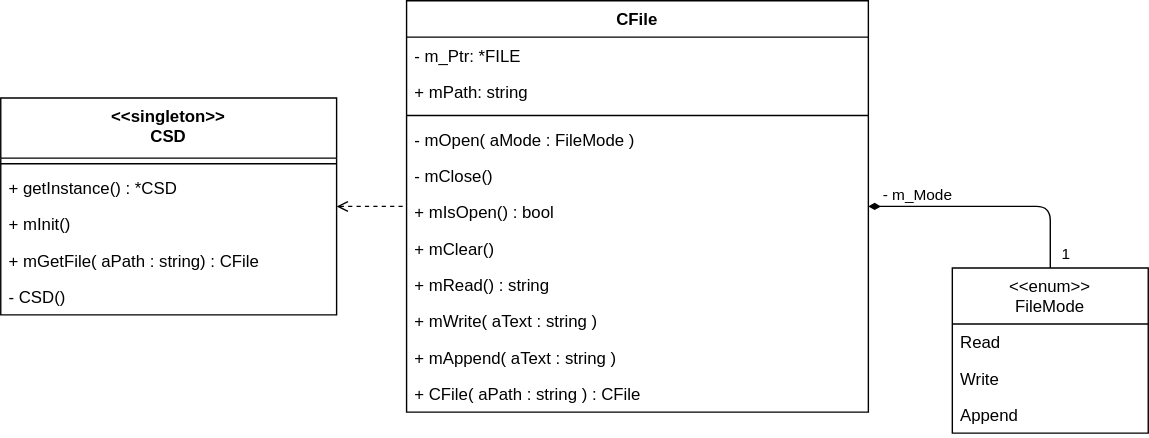
The draw.io diagram uml/sd-abstraction.drawio.svg in SenseBoxTI/FirmwareDesign, before a commit. Source tidied: cells renumbered, new cells last; positions are measured from the earlier drawing's top-left corner, leaving out a move shared by most shapes.
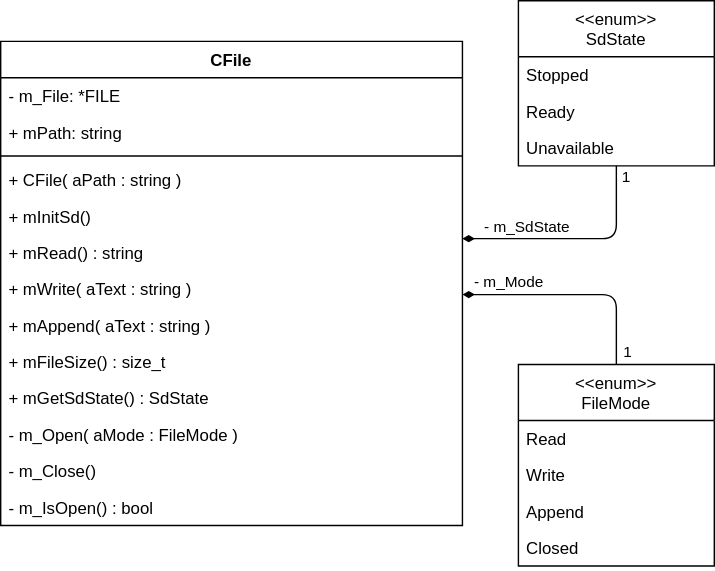
After the change.

Diff of the diagram source:
```diff
@@ -2,31 +2,10 @@
   <root>
     <mxCell id="0" />
     <mxCell id="1" parent="0" />
-    <mxCell id="2" style="edgeStyle=orthogonalEdgeStyle;html=1;exitX=1;exitY=0.5;exitDx=0;exitDy=0;entryX=0;entryY=0.5;entryDx=0;entryDy=0;startArrow=open;startFill=0;endArrow=none;endFill=0;dashed=1;" parent="1" edge="1" source="3" target="9">
-      <mxGeometry relative="1" as="geometry" />
-    </mxCell>
-    <mxCell id="3" value="&lt;&lt;singleton&gt;&gt;&#10;CSD" style="swimlane;fontStyle=1;align=center;verticalAlign=top;horizontal=1;startSize=43;" parent="1" vertex="1">
-      <mxGeometry y="69.5" width="240" height="155" as="geometry" />
-    </mxCell>
-    <mxCell id="4" style="line;strokeWidth=1;fillColor=none;align=left;verticalAlign=middle;spacingTop=-1;spacingLeft=3;spacingRight=3;labelPosition=right;" parent="3" vertex="1">
-      <mxGeometry y="43" width="240" height="8" as="geometry" />
-    </mxCell>
-    <mxCell id="5" value="+ getInstance() : *CSD" style="text;strokeColor=none;fillColor=none;align=left;verticalAlign=top;spacingLeft=4;spacingRight=4;overflow=hidden;fontStyle=0;" parent="3" vertex="1">
-      <mxGeometry y="51" width="240" height="26" as="geometry" />
-    </mxCell>
-    <mxCell id="6" value="+ mInit()" style="text;strokeColor=none;fillColor=none;align=left;verticalAlign=top;spacingLeft=4;spacingRight=4;overflow=hidden;fontStyle=0;" parent="3" vertex="1">
-      <mxGeometry y="77" width="240" height="26" as="geometry" />
-    </mxCell>
-    <mxCell id="7" value="+ mGetFile( aPath : string) : CFile" style="text;strokeColor=none;fillColor=none;align=left;verticalAlign=top;spacingLeft=4;spacingRight=4;overflow=hidden;" parent="3" vertex="1">
-      <mxGeometry y="103" width="240" height="26" as="geometry" />
-    </mxCell>
-    <mxCell id="8" value="- CSD()" style="text;strokeColor=none;fillColor=none;align=left;verticalAlign=top;spacingLeft=4;spacingRight=4;overflow=hidden;" parent="3" vertex="1">
-      <mxGeometry y="129" width="240" height="26" as="geometry" />
-    </mxCell>
     <mxCell id="9" value="CFile" style="swimlane;fontStyle=1;align=center;verticalAlign=top;horizontal=1;startSize=26;" parent="1" vertex="1">
-      <mxGeometry x="290" width="330" height="294" as="geometry" />
+      <mxGeometry x="290" width="330" height="346" as="geometry" />
     </mxCell>
-    <mxCell id="10" value="- m_Ptr: *FILE" style="text;strokeColor=none;fillColor=none;align=left;verticalAlign=top;spacingLeft=4;spacingRight=4;overflow=hidden;" parent="9" vertex="1">
+    <mxCell id="10" value="- m_File: *FILE" style="text;strokeColor=none;fillColor=none;align=left;verticalAlign=top;spacingLeft=4;spacingRight=4;overflow=hidden;" parent="9" vertex="1">
       <mxGeometry y="26" width="330" height="26" as="geometry" />
     </mxCell>
     <mxCell id="11" value="+ mPath: string" style="text;strokeColor=none;fillColor=none;align=left;verticalAlign=top;spacingLeft=4;spacingRight=4;overflow=hidden;" parent="9" vertex="1">
@@ -35,32 +14,42 @@
     <mxCell id="12" style="line;strokeWidth=1;fillColor=none;align=left;verticalAlign=middle;spacingTop=-1;spacingLeft=3;spacingRight=3;labelPosition=right;" parent="9" vertex="1">
       <mxGeometry y="78" width="330" height="8" as="geometry" />
     </mxCell>
+    <mxCell id="20" value="+ CFile( aPath : string )" style="text;strokeColor=none;fillColor=none;align=left;verticalAlign=top;spacingLeft=4;spacingRight=4;overflow=hidden;" parent="9" vertex="1">
+      <mxGeometry y="86" width="330" height="26" as="geometry" />
+    </mxCell>
+    <mxCell id="6" value="+ mInitSd()" style="text;strokeColor=none;fillColor=none;align=left;verticalAlign=top;spacingLeft=4;spacingRight=4;overflow=hidden;fontStyle=0;" parent="9" vertex="1">
+      <mxGeometry y="112" width="330" height="26" as="geometry" />
+    </mxCell>
+    <mxCell id="17" value="+ mRead() : string" style="text;strokeColor=none;fillColor=none;align=left;verticalAlign=top;spacingLeft=4;spacingRight=4;overflow=hidden;" parent="9" vertex="1">
+      <mxGeometry y="138" width="330" height="26" as="geometry" />
+    </mxCell>
+    <mxCell id="18" value="+ mWrite( aText : string )" style="text;strokeColor=none;fillColor=none;align=left;verticalAlign=top;spacingLeft=4;spacingRight=4;overflow=hidden;" parent="9" vertex="1">
+      <mxGeometry y="164" width="330" height="26" as="geometry" />
+    </mxCell>
+    <mxCell id="19" value="+ mAppend( aText : string )" style="text;strokeColor=none;fillColor=none;align=left;verticalAlign=top;spacingLeft=4;spacingRight=4;overflow=hidden;" parent="9" vertex="1">
+      <mxGeometry y="190" width="330" height="26" as="geometry" />
+    </mxCell>
+    <mxCell id="28" value="+ mFileSize() : size_t" style="text;strokeColor=none;fillColor=none;align=left;verticalAlign=top;spacingLeft=4;spacingRight=4;overflow=hidden;" parent="9" vertex="1">
+      <mxGeometry y="216" width="330" height="26" as="geometry" />
+    </mxCell>
+    <mxCell id="29" value="+ mGetSdState() : SdState" style="text;strokeColor=none;fillColor=none;align=left;verticalAlign=top;spacingLeft=4;spacingRight=4;overflow=hidden;" parent="9" vertex="1">
+      <mxGeometry y="242" width="330" height="26" as="geometry" />
+    </mxCell>
-    <mxCell id="13" value="- mOpen( aMode : FileMode )" style="text;strokeColor=none;fillColor=none;align=left;verticalAlign=top;spacingLeft=4;spacingRight=4;overflow=hidden;" parent="9" vertex="1">
-      <mxGeometry y="86" width="330" height="26" as="geometry" />
+    <mxCell id="13" value="- m_Open( aMode : FileMode )" style="text;strokeColor=none;fillColor=none;align=left;verticalAlign=top;spacingLeft=4;spacingRight=4;overflow=hidden;" parent="9" vertex="1">
+      <mxGeometry y="268" width="330" height="26" as="geometry" />
     </mxCell>
-    <mxCell id="14" value="- mClose()" style="text;strokeColor=none;fillColor=none;align=left;verticalAlign=top;spacingLeft=4;spacingRight=4;overflow=hidden;" parent="9" vertex="1">
-      <mxGeometry y="112" width="330" height="26" as="geometry" />
+    <mxCell id="14" value="- m_Close()" style="text;strokeColor=none;fillColor=none;align=left;verticalAlign=top;spacingLeft=4;spacingRight=4;overflow=hidden;" parent="9" vertex="1">
+      <mxGeometry y="294" width="330" height="26" as="geometry" />
     </mxCell>
-    <mxCell id="15" value="+ mIsOpen() : bool" style="text;strokeColor=none;fillColor=none;align=left;verticalAlign=top;spacingLeft=4;spacingRight=4;overflow=hidden;" parent="9" vertex="1">
-      <mxGeometry y="138" width="330" height="26" as="geometry" />
+    <mxCell id="15" value="- m_IsOpen() : bool" style="text;strokeColor=none;fillColor=none;align=left;verticalAlign=top;spacingLeft=4;spacingRight=4;overflow=hidden;" parent="9" vertex="1">
+      <mxGeometry y="320" width="330" height="26" as="geometry" />
     </mxCell>
-    <mxCell id="16" value="+ mClear()" style="text;strokeColor=none;fillColor=none;align=left;verticalAlign=top;spacingLeft=4;spacingRight=4;overflow=hidden;" parent="9" vertex="1">
-      <mxGeometry y="164" width="330" height="26" as="geometry" />
-    </mxCell>
-    <mxCell id="17" value="+ mRead() : string" style="text;strokeColor=none;fillColor=none;align=left;verticalAlign=top;spacingLeft=4;spacingRight=4;overflow=hidden;" parent="9" vertex="1">
-      <mxGeometry y="190" width="330" height="26" as="geometry" />
-    </mxCell>
-    <mxCell id="18" value="+ mWrite( aText : string )" style="text;strokeColor=none;fillColor=none;align=left;verticalAlign=top;spacingLeft=4;spacingRight=4;overflow=hidden;" parent="9" vertex="1">
-      <mxGeometry y="216" width="330" height="26" as="geometry" />
-    </mxCell>
-    <mxCell id="19" value="+ mAppend( aText : string )" style="text;strokeColor=none;fillColor=none;align=left;verticalAlign=top;spacingLeft=4;spacingRight=4;overflow=hidden;" parent="9" vertex="1">
-      <mxGeometry y="242" width="330" height="26" as="geometry" />
-    </mxCell>
-    <mxCell id="20" value="+ CFile( aPath : string ) : CFile" style="text;strokeColor=none;fillColor=none;align=left;verticalAlign=top;spacingLeft=4;spacingRight=4;overflow=hidden;" parent="9" vertex="1">
-      <mxGeometry y="268" width="330" height="26" as="geometry" />
-    </mxCell>
-    <mxCell id="21" style="edgeStyle=orthogonalEdgeStyle;html=1;exitX=0.5;exitY=0;exitDx=0;exitDy=0;entryX=1;entryY=0.5;entryDx=0;entryDy=0;endArrow=diamondThin;endFill=1;" parent="1" edge="1" source="24" target="9">
-      <mxGeometry relative="1" as="geometry" />
+    <mxCell id="21" style="edgeStyle=orthogonalEdgeStyle;html=1;exitX=0.5;exitY=0;exitDx=0;exitDy=0;endArrow=diamondThin;endFill=1;" parent="1" edge="1" source="24" target="9">
+      <mxGeometry relative="1" as="geometry">
+        <Array as="points">
+          <mxPoint x="730" y="181" />
+        </Array>
+      </mxGeometry>
     </mxCell>
     <mxCell id="22" value="- m_Mode" style="edgeLabel;html=1;align=center;verticalAlign=middle;" parent="21" vertex="1">
       <mxGeometry x="0.81" y="-3" relative="1" as="geometry">
@@ -69,11 +58,11 @@
     </mxCell>
     <mxCell id="23" value="1" style="edgeLabel;html=1;align=center;verticalAlign=middle;" parent="21" vertex="1">
       <mxGeometry x="-0.87" y="-2" relative="1" as="geometry">
-        <mxPoint x="8" as="offset" />
+        <mxPoint x="6" y="1" as="offset" />
       </mxGeometry>
     </mxCell>
     <mxCell id="24" value="&lt;&lt;enum&gt;&gt;&#10;FileMode" style="swimlane;fontStyle=0;horizontal=1;startSize=40;fillColor=none;" parent="1" vertex="1">
-      <mxGeometry x="680" y="191" width="140" height="118" as="geometry" />
+      <mxGeometry x="660" y="231" width="140" height="144" as="geometry" />
     </mxCell>
     <mxCell id="25" value="Read" style="text;strokeColor=none;fillColor=none;align=left;verticalAlign=top;spacingLeft=4;spacingRight=4;overflow=hidden;" parent="24" vertex="1">
       <mxGeometry y="40" width="140" height="26" as="geometry" />
@@ -84,5 +73,37 @@
     <mxCell id="27" value="Append" style="text;strokeColor=none;fillColor=none;align=left;verticalAlign=top;spacingLeft=4;spacingRight=4;overflow=hidden;" parent="24" vertex="1">
       <mxGeometry y="92" width="140" height="26" as="geometry" />
     </mxCell>
+    <mxCell id="30" value="Closed" style="text;strokeColor=none;fillColor=none;align=left;verticalAlign=top;spacingLeft=4;spacingRight=4;overflow=hidden;" parent="24" vertex="1">
+      <mxGeometry y="118" width="140" height="26" as="geometry" />
+    </mxCell>
+    <mxCell id="31" style="edgeStyle=orthogonalEdgeStyle;html=1;endArrow=diamondThin;endFill=1;" parent="1" edge="1" source="34" target="9">
+      <mxGeometry relative="1" as="geometry">
+        <Array as="points">
+          <mxPoint x="730" y="141" />
+        </Array>
+      </mxGeometry>
+    </mxCell>
+    <mxCell id="32" value="- m_SdState" style="edgeLabel;html=1;align=center;verticalAlign=middle;" parent="31" vertex="1">
+      <mxGeometry x="0.66" y="-2" relative="1" as="geometry">
+        <mxPoint x="19" y="-6" as="offset" />
+      </mxGeometry>
+    </mxCell>
+    <mxCell id="33" value="1" style="edgeLabel;html=1;align=center;verticalAlign=middle;" parent="31" vertex="1">
+      <mxGeometry x="-0.62" y="1" relative="1" as="geometry">
+        <mxPoint x="6" y="-23" as="offset" />
+      </mxGeometry>
+    </mxCell>
+    <mxCell id="34" value="&lt;&lt;enum&gt;&gt;&#10;SdState" style="swimlane;fontStyle=0;horizontal=1;startSize=40;fillColor=none;" parent="1" vertex="1">
+      <mxGeometry x="660" y="-29" width="140" height="118" as="geometry" />
+    </mxCell>
+    <mxCell id="35" value="Stopped" style="text;strokeColor=none;fillColor=none;align=left;verticalAlign=top;spacingLeft=4;spacingRight=4;overflow=hidden;" parent="34" vertex="1">
+      <mxGeometry y="40" width="140" height="26" as="geometry" />
+    </mxCell>
+    <mxCell id="36" value="Ready" style="text;strokeColor=none;fillColor=none;align=left;verticalAlign=top;spacingLeft=4;spacingRight=4;overflow=hidden;" parent="34" vertex="1">
+      <mxGeometry y="66" width="140" height="26" as="geometry" />
+    </mxCell>
+    <mxCell id="37" value="Unavailable" style="text;strokeColor=none;fillColor=none;align=left;verticalAlign=top;spacingLeft=4;spacingRight=4;overflow=hidden;" parent="34" vertex="1">
+      <mxGeometry y="92" width="140" height="26" as="geometry" />
+    </mxCell>
   </root>
 </mxGraphModel>
```
